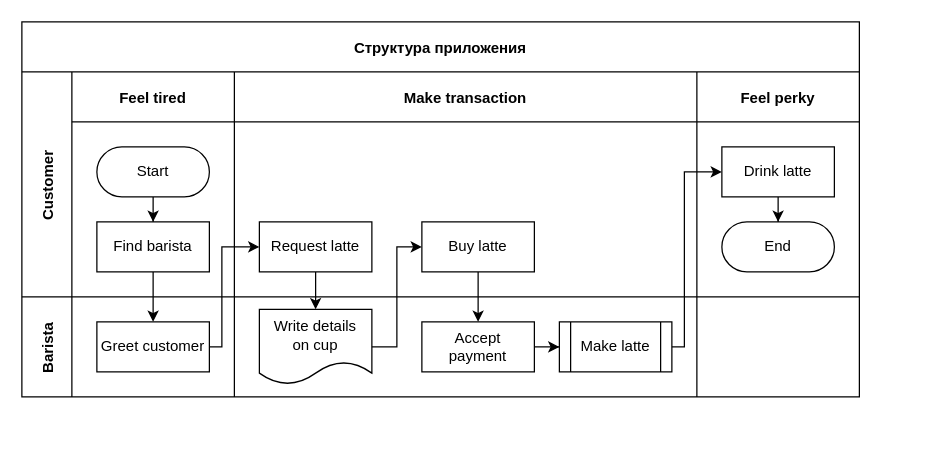
Before: Диаграмма без названия.drawio in NikolayBoyzz/ArchitectorP_O-6, a draw.io diagram. Source tidied: cells renumbered, new cells numbered last; positions are measured from the earlier drawing's top-left corner, leaving out a move shared by most shapes. Both pictures are drawn from the tidied source at 125%, with x=0, y=0 at pixel (21, 21).
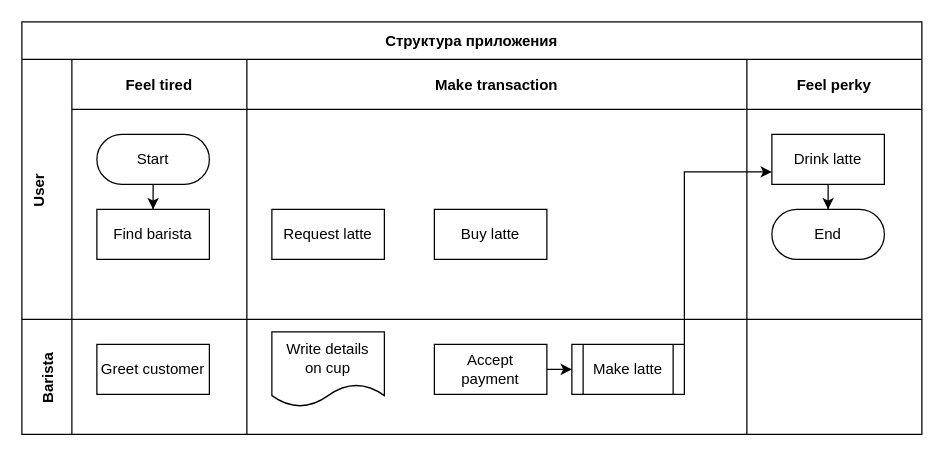
After the change.

The change refers to these unchanged cells:
```xml
<mxCell id="8" value="Find barista" style="rounded=0;whiteSpace=wrap;html=1;" parent="5" vertex="1">
  <mxGeometry x="20" y="120" width="90" height="40" as="geometry" />
</mxCell>
<mxCell id="10" value="Request latte" style="rounded=0;whiteSpace=wrap;html=1;" parent="9" vertex="1">
  <mxGeometry x="20" y="120" width="90" height="40" as="geometry" />
</mxCell>
<mxCell id="11" value="Buy latte" style="rounded=0;whiteSpace=wrap;html=1;" parent="9" vertex="1">
  <mxGeometry x="150" y="120" width="90" height="40" as="geometry" />
</mxCell>
<mxCell id="18" value="Greet customer" style="rounded=0;whiteSpace=wrap;html=1;" parent="17" vertex="1">
  <mxGeometry x="20" y="20" width="90" height="40" as="geometry" />
</mxCell>
<mxCell id="21" value="Accept&lt;br&gt;payment" style="rounded=0;whiteSpace=wrap;html=1;" parent="19" vertex="1">
  <mxGeometry x="150" y="20" width="90" height="40" as="geometry" />
</mxCell>
<mxCell id="22" value="Write details&lt;br&gt;on cup" style="shape=document;whiteSpace=wrap;html=1;boundedLbl=1;" parent="19" vertex="1">
  <mxGeometry x="20" y="10" width="90" height="60" as="geometry" />
</mxCell>
```

Diff of the diagram source:
```diff
@@
-    <mxCell id="2" value="Структура приложения" style="shape=table;childLayout=tableLayout;startSize=40;fillColor=none;fontStyle=1;" parent="1" vertex="1">
-      <mxGeometry width="670" height="300" as="geometry" />
+    <mxCell id="2" value="Структура приложения" style="shape=table;childLayout=tableLayout;startSize=30;fillColor=none;fontStyle=1;" parent="1" vertex="1">
+      <mxGeometry width="720" height="330" as="geometry" />
     </mxCell>
-    <mxCell id="3" style="edgeStyle=orthogonalEdgeStyle;rounded=0;jettySize=auto;html=1;" parent="2" edge="1" source="8" target="18">
-      <mxGeometry relative="1" as="geometry" />
-    </mxCell>
-    <mxCell id="4" value="Customer" style="shape=tableRow;horizontal=0;swimlaneHead=0;swimlaneBody=0;top=0;left=0;bottom=0;right=0;fillColor=none;startSize=40;fontStyle=1;" parent="2" vertex="1">
-      <mxGeometry y="40" width="670" height="180" as="geometry" />
+    <mxCell id="4" value="User&#10;" style="shape=tableRow;horizontal=0;swimlaneHead=0;swimlaneBody=0;top=0;left=0;bottom=0;right=0;fillColor=none;startSize=40;fontStyle=1;" parent="2" vertex="1">
+      <mxGeometry y="30" width="720" height="208" as="geometry" />
     </mxCell>
     <mxCell id="5" value="Feel tired" style="swimlane;swimlaneHead=0;swimlaneBody=0;fillColor=none;startSize=40;fontStyle=1;" parent="4" vertex="1">
-      <mxGeometry x="40" width="130" height="180" as="geometry" />
+      <mxGeometry x="40" width="140" height="208" as="geometry" />
     </mxCell>
@@
     <mxCell id="9" value="Make transaction" style="swimlane;swimlaneHead=0;swimlaneBody=0;fillColor=none;startSize=40;fontStyle=1;" parent="4" vertex="1">
-      <mxGeometry x="170" width="370" height="180" as="geometry" />
+      <mxGeometry x="180" width="400" height="208" as="geometry" />
     </mxCell>
@@
     <mxCell id="12" value="Feel perky" style="swimlane;swimlaneHead=0;swimlaneBody=0;fillColor=none;startSize=40;fontStyle=1;" parent="4" vertex="1">
-      <mxGeometry x="540" width="130" height="180" as="geometry" />
+      <mxGeometry x="580" width="140" height="208" as="geometry" />
     </mxCell>
@@
     <mxCell id="16" value="Barista" style="shape=tableRow;horizontal=0;swimlaneHead=0;swimlaneBody=0;top=0;left=0;bottom=0;right=0;fillColor=none;startSize=40;fontStyle=1;" parent="2" vertex="1">
-      <mxGeometry y="220" width="670" height="80" as="geometry" />
+      <mxGeometry y="238" width="720" height="92" as="geometry" />
     </mxCell>
     <mxCell id="17" style="swimlane;swimlaneHead=0;swimlaneBody=0;fillColor=none;startSize=0;fontStyle=1;" parent="16" vertex="1">
-      <mxGeometry x="40" width="130" height="80" as="geometry" />
+      <mxGeometry x="40" width="140" height="92" as="geometry" />
     </mxCell>
@@
     <mxCell id="19" style="swimlane;swimlaneHead=0;swimlaneBody=0;fillColor=none;startSize=0;fontStyle=1;" parent="16" vertex="1">
-      <mxGeometry x="170" width="370" height="80" as="geometry" />
+      <mxGeometry x="180" width="400" height="92" as="geometry" />
     </mxCell>
@@
     <mxCell id="24" style="swimlane;swimlaneHead=0;swimlaneBody=0;fillColor=none;startSize=0;fontStyle=1;" parent="16" vertex="1">
-      <mxGeometry x="540" width="130" height="80" as="geometry" />
+      <mxGeometry x="580" width="140" height="92" as="geometry" />
     </mxCell>
-    <mxCell id="25" style="edgeStyle=orthogonalEdgeStyle;rounded=0;jettySize=auto;html=1;" parent="2" edge="1" source="18" target="10">
-      <mxGeometry relative="1" as="geometry">
-        <Array as="points">
-          <mxPoint x="160" y="260" />
-          <mxPoint x="160" y="180" />
-        </Array>
-      </mxGeometry>
-    </mxCell>
-    <mxCell id="26" style="edgeStyle=orthogonalEdgeStyle;rounded=0;jettySize=auto;html=1;" parent="2" edge="1" source="10" target="22">
-      <mxGeometry relative="1" as="geometry" />
-    </mxCell>
-    <mxCell id="27" style="edgeStyle=orthogonalEdgeStyle;rounded=0;jettySize=auto;html=1;" parent="2" edge="1" source="22" target="11">
-      <mxGeometry relative="1" as="geometry">
-        <Array as="points">
-          <mxPoint x="300" y="260" />
-          <mxPoint x="300" y="180" />
-        </Array>
-      </mxGeometry>
-    </mxCell>
-    <mxCell id="28" style="edgeStyle=orthogonalEdgeStyle;rounded=0;jettySize=auto;html=1;" parent="2" edge="1" source="11" target="21">
-      <mxGeometry relative="1" as="geometry" />
-    </mxCell>
```
